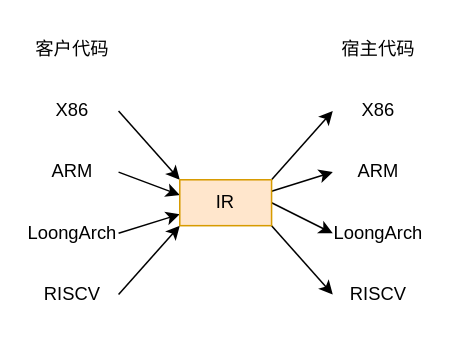
Above: image/qemu-IR.drawio in jensen-yan/yanyue_essay (draw.io), before the change. Source tidied: cells renumbered, new cells numbered last; positions are measured from the earlier drawing's top-left corner, leaving out a move shared by most shapes. Both pictures are drawn from the tidied source at 153%, with x=0, y=0 at pixel (26, 26).
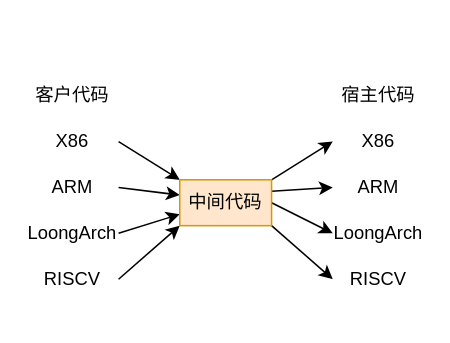
After the change.

The edit, as a diff of the source:
```diff
@@
     <mxCell id="3" value="X86" style="text;html=1;align=center;verticalAlign=middle;whiteSpace=wrap;rounded=0;strokeColor=none;" parent="1" vertex="1">
-      <mxGeometry y="40" width="60" height="30" as="geometry" />
+      <mxGeometry y="60" width="60" height="30" as="geometry" />
     </mxCell>
@@
     <mxCell id="5" value="ARM" style="text;html=1;strokeColor=none;fillColor=none;align=center;verticalAlign=middle;whiteSpace=wrap;rounded=0;" parent="1" vertex="1">
-      <mxGeometry y="80" width="60" height="30" as="geometry" />
+      <mxGeometry y="90" width="60" height="30" as="geometry" />
     </mxCell>
@@
     <mxCell id="9" value="RISCV" style="text;html=1;strokeColor=none;fillColor=none;align=center;verticalAlign=middle;whiteSpace=wrap;rounded=0;" parent="1" vertex="1">
-      <mxGeometry y="160" width="60" height="30" as="geometry" />
+      <mxGeometry y="150" width="60" height="30" as="geometry" />
     </mxCell>
     <mxCell id="10" value="X86" style="text;html=1;strokeColor=none;fillColor=none;align=center;verticalAlign=middle;whiteSpace=wrap;rounded=0;" parent="1" vertex="1">
-      <mxGeometry x="200" y="40" width="60" height="30" as="geometry" />
+      <mxGeometry x="200" y="60" width="60" height="30" as="geometry" />
     </mxCell>
     <mxCell id="11" value="ARM" style="text;html=1;strokeColor=none;fillColor=none;align=center;verticalAlign=middle;whiteSpace=wrap;rounded=0;" parent="1" vertex="1">
-      <mxGeometry x="200" y="80" width="60" height="30" as="geometry" />
+      <mxGeometry x="200" y="90" width="60" height="30" as="geometry" />
     </mxCell>
@@
     <mxCell id="13" value="RISCV" style="text;html=1;strokeColor=none;fillColor=none;align=center;verticalAlign=middle;whiteSpace=wrap;rounded=0;" parent="1" vertex="1">
-      <mxGeometry x="200" y="160" width="60" height="30" as="geometry" />
+      <mxGeometry x="200" y="150" width="60" height="30" as="geometry" />
     </mxCell>
@@
-    <mxCell id="18" value="IR" style="text;html=1;strokeColor=#d79b00;fillColor=#ffe6cc;align=center;verticalAlign=middle;whiteSpace=wrap;rounded=0;" parent="1" vertex="1">
+    <mxCell id="18" value="中间代码" style="text;html=1;strokeColor=#d79b00;fillColor=#ffe6cc;align=center;verticalAlign=middle;whiteSpace=wrap;rounded=0;" parent="1" vertex="1">
       <mxGeometry x="100" y="100" width="60" height="30" as="geometry" />
     </mxCell>
     <mxCell id="19" value="客户代码" style="text;html=1;strokeColor=none;fillColor=none;align=center;verticalAlign=middle;whiteSpace=wrap;rounded=0;" parent="1" vertex="1">
-      <mxGeometry width="60" height="30" as="geometry" />
+      <mxGeometry y="30" width="60" height="30" as="geometry" />
     </mxCell>
     <mxCell id="20" value="宿主代码" style="text;html=1;strokeColor=none;fillColor=none;align=center;verticalAlign=middle;whiteSpace=wrap;rounded=0;" parent="1" vertex="1">
-      <mxGeometry x="200" width="60" height="30" as="geometry" />
+      <mxGeometry x="200" y="30" width="60" height="30" as="geometry" />
     </mxCell>
```
